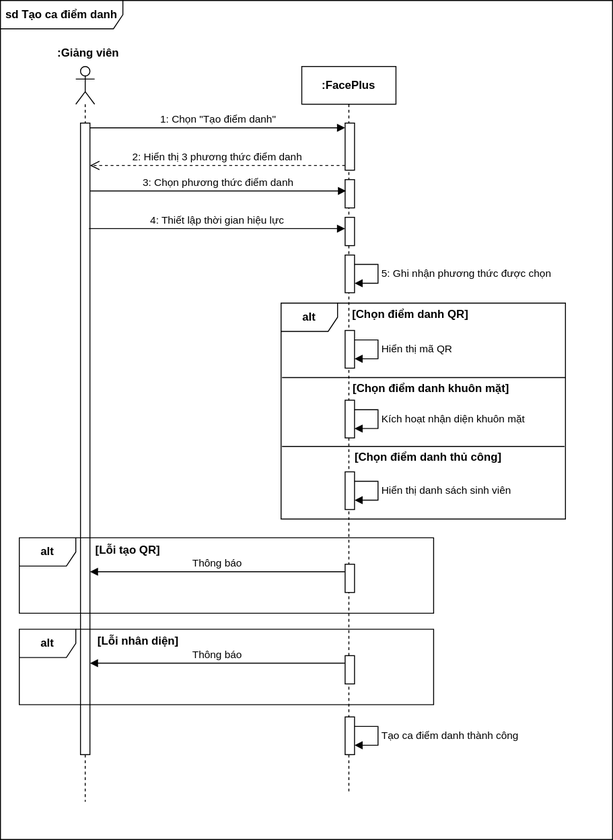
This is [W3] SequenceDiagram 5.drawio.svg from ntmly/ThuchanhphattrienhethongTTNT, a draw.io export, as it was before one commit. Source tidied: cells renumbered, new cells last; positions are measured from the earlier drawing's top-left corner, leaving out a move shared by most shapes.
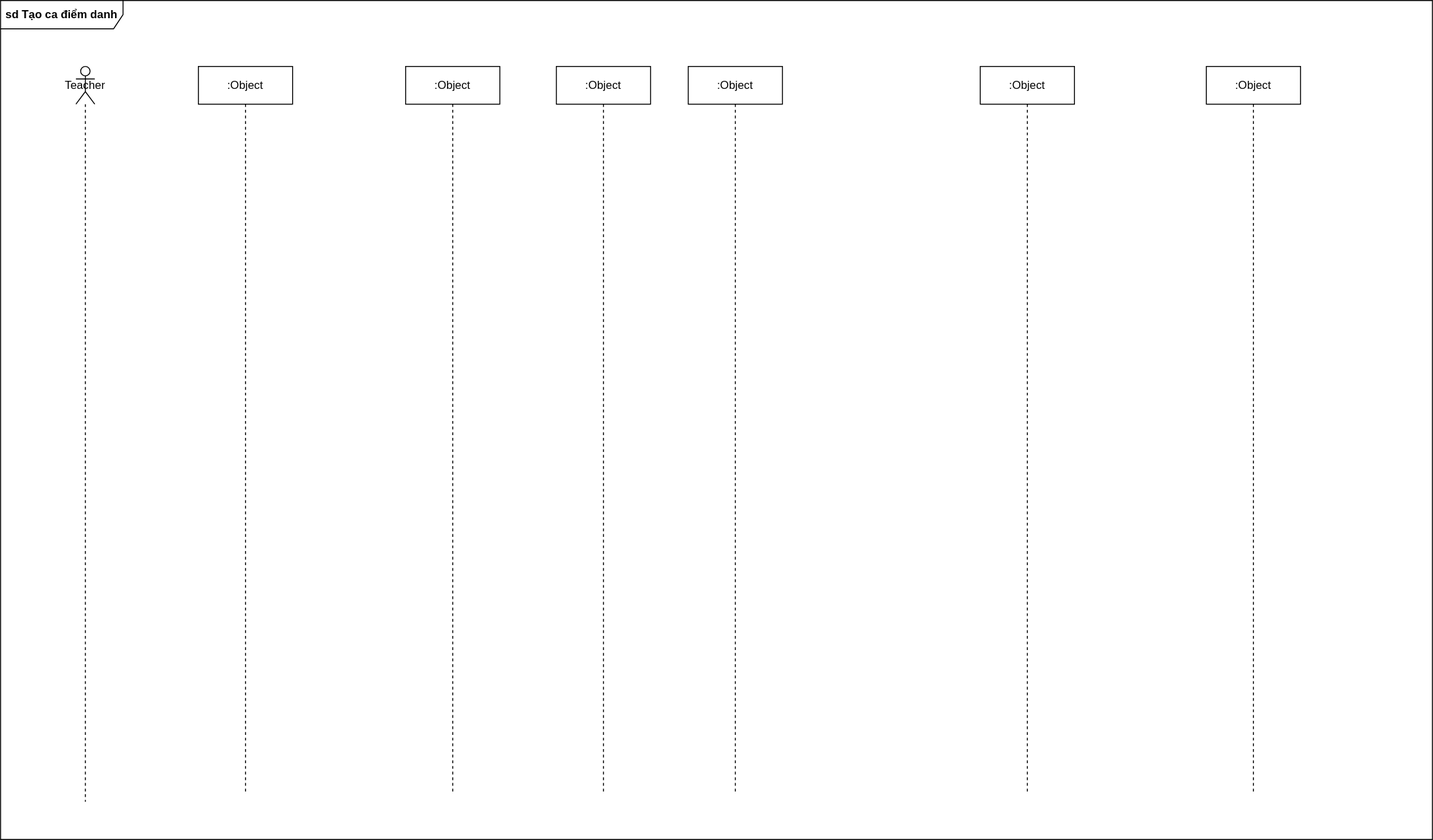
After the commit.

Commit message:
Cập nhật [W3] SequenceDiagram 5.drawio.svg

Change to the diagram source:
```diff
@@ -3,148 +3,28 @@
     <mxCell id="0" />
     <mxCell id="1" parent="0" />
     <mxCell id="2" value="&lt;b&gt;sd Tạo ca điểm danh&lt;/b&gt;" style="shape=umlFrame;whiteSpace=wrap;html=1;width=130;height=30;" parent="1" vertex="1">
-      <mxGeometry width="650" height="890" as="geometry" />
+      <mxGeometry width="1520" height="890" as="geometry" />
     </mxCell>
-    <mxCell id="3" style="shape=umlLifeline;perimeter=lifelinePerimeter;whiteSpace=wrap;html=1;newEdgeStyle={&quot;curved&quot;:0,&quot;rounded&quot;:0};participant=umlActor;" parent="1" vertex="1">
+    <mxCell id="3" value="Teacher" style="shape=umlLifeline;perimeter=lifelinePerimeter;whiteSpace=wrap;html=1;newEdgeStyle={&quot;curved&quot;:0,&quot;rounded&quot;:0};participant=umlActor;" parent="1" vertex="1">
       <mxGeometry x="80" y="70" width="20" height="780" as="geometry" />
     </mxCell>
-    <mxCell id="4" style="html=1;points=[[0,0,0,0,5],[0,1,0,0,-5],[1,0,0,0,5],[1,1,0,0,-5]];perimeter=orthogonalPerimeter;outlineConnect=0;targetShapes=umlLifeline;portConstraint=eastwest;newEdgeStyle={&quot;curved&quot;:0,&quot;rounded&quot;:0};" parent="3" vertex="1">
-      <mxGeometry x="5" y="60" width="10" height="670" as="geometry" />
-    </mxCell>
-    <mxCell id="5" value="&lt;b&gt;:Giảng viên&lt;/b&gt;" style="text;html=1;align=center;verticalAlign=middle;strokeColor=none;fillColor=none;" parent="1" vertex="1">
-      <mxGeometry x="48" y="41" width="90" height="30" as="geometry" />
-    </mxCell>
-    <mxCell id="6" value="&lt;b&gt;:FacePlus&lt;/b&gt;" style="shape=umlLifeline;perimeter=lifelinePerimeter;whiteSpace=wrap;html=1;newEdgeStyle={&quot;curved&quot;:0,&quot;rounded&quot;:0};" parent="1" vertex="1">
-      <mxGeometry x="320" y="70" width="100" height="770" as="geometry" />
-    </mxCell>
-    <mxCell id="7" style="html=1;points=[[0,0,0,0,5],[0,1,0,0,-5],[1,0,0,0,5],[1,1,0,0,-5]];perimeter=orthogonalPerimeter;outlineConnect=0;targetShapes=umlLifeline;portConstraint=eastwest;newEdgeStyle={&quot;curved&quot;:0,&quot;rounded&quot;:0};" parent="6" vertex="1">
-      <mxGeometry x="46" y="60" width="10" height="50" as="geometry" />
-    </mxCell>
-    <mxCell id="8" style="html=1;perimeter=orthogonalPerimeter;targetShapes=umlLifeline;newEdgeStyle={&quot;curved&quot;:0,&quot;rounded&quot;:0};" parent="6" vertex="1">
-      <mxGeometry x="46" y="120" width="10" height="30" as="geometry" />
-    </mxCell>
-    <mxCell id="9" style="html=1;perimeter=orthogonalPerimeter;targetShapes=umlLifeline;newEdgeStyle={&quot;curved&quot;:0,&quot;rounded&quot;:0};" parent="6" vertex="1">
-      <mxGeometry x="46" y="160" width="10" height="30" as="geometry" />
-    </mxCell>
-    <mxCell id="10" style="html=1;points=[[0,0,0,0,5],[0,1,0,0,-5],[1,0,0,0,5],[1,1,0,0,-5]];perimeter=orthogonalPerimeter;outlineConnect=0;targetShapes=umlLifeline;portConstraint=eastwest;newEdgeStyle={&quot;curved&quot;:0,&quot;rounded&quot;:0};" parent="6" vertex="1">
-      <mxGeometry x="46" y="200" width="10" height="40" as="geometry" />
-    </mxCell>
-    <mxCell id="11" value="5: Ghi nhận phương thức được chọn" style="html=1;align=left;spacingLeft=2;endArrow=block;rounded=0;edgeStyle=orthogonalEdgeStyle;curved=0;rounded=0;" parent="6" edge="1" source="10" target="10">
-      <mxGeometry relative="1" as="geometry">
-        <Array as="points">
-          <mxPoint x="81" y="210" />
-          <mxPoint x="81" y="230" />
-        </Array>
-      </mxGeometry>
-    </mxCell>
-    <mxCell id="12" style="html=1;points=[[0,0,0,0,5],[0,1,0,0,-5],[1,0,0,0,5],[1,1,0,0,-5]];perimeter=orthogonalPerimeter;outlineConnect=0;targetShapes=umlLifeline;portConstraint=eastwest;newEdgeStyle={&quot;curved&quot;:0,&quot;rounded&quot;:0};" parent="6" vertex="1">
-      <mxGeometry x="46" y="280" width="10" height="40" as="geometry" />
-    </mxCell>
-    <mxCell id="13" value="Hiển thị mã QR" style="html=1;align=left;spacingLeft=2;endArrow=block;rounded=0;edgeStyle=orthogonalEdgeStyle;curved=0;rounded=0;" parent="6" edge="1" source="12" target="12">
-      <mxGeometry relative="1" as="geometry">
-        <Array as="points">
-          <mxPoint x="81" y="290" />
-          <mxPoint x="81" y="310" />
-        </Array>
-      </mxGeometry>
-    </mxCell>
-    <mxCell id="14" style="html=1;points=[[0,0,0,0,5],[0,1,0,0,-5],[1,0,0,0,5],[1,1,0,0,-5]];perimeter=orthogonalPerimeter;outlineConnect=0;targetShapes=umlLifeline;portConstraint=eastwest;newEdgeStyle={&quot;curved&quot;:0,&quot;rounded&quot;:0};" parent="6" vertex="1">
-      <mxGeometry x="46" y="354" width="10" height="40" as="geometry" />
-    </mxCell>
-    <mxCell id="15" value="Kích hoạt nhận diện khuôn mặt" style="html=1;align=left;spacingLeft=2;endArrow=block;rounded=0;edgeStyle=orthogonalEdgeStyle;curved=0;rounded=0;" parent="6" edge="1" source="14" target="14">
-      <mxGeometry relative="1" as="geometry">
-        <Array as="points">
-          <mxPoint x="81" y="364" />
-          <mxPoint x="81" y="384" />
-        </Array>
-      </mxGeometry>
-    </mxCell>
-    <mxCell id="16" style="html=1;points=[[0,0,0,0,5],[0,1,0,0,-5],[1,0,0,0,5],[1,1,0,0,-5]];perimeter=orthogonalPerimeter;outlineConnect=0;targetShapes=umlLifeline;portConstraint=eastwest;newEdgeStyle={&quot;curved&quot;:0,&quot;rounded&quot;:0};" parent="6" vertex="1">
-      <mxGeometry x="46" y="430" width="10" height="40" as="geometry" />
-    </mxCell>
-    <mxCell id="17" value="Hiển thị danh sách sinh viên" style="html=1;align=left;spacingLeft=2;endArrow=block;rounded=0;edgeStyle=orthogonalEdgeStyle;curved=0;rounded=0;" parent="6" edge="1" source="16" target="16">
-      <mxGeometry relative="1" as="geometry">
-        <Array as="points">
-          <mxPoint x="81" y="440" />
-          <mxPoint x="81" y="460" />
-        </Array>
-      </mxGeometry>
-    </mxCell>
-    <mxCell id="18" style="html=1;perimeter=orthogonalPerimeter;targetShapes=umlLifeline;newEdgeStyle={&quot;curved&quot;:0,&quot;rounded&quot;:0};" parent="6" vertex="1">
-      <mxGeometry x="46" y="528" width="10" height="30" as="geometry" />
-    </mxCell>
-    <mxCell id="19" style="html=1;perimeter=orthogonalPerimeter;targetShapes=umlLifeline;newEdgeStyle={&quot;curved&quot;:0,&quot;rounded&quot;:0};" parent="6" vertex="1">
-      <mxGeometry x="46" y="625" width="10" height="30" as="geometry" />
-    </mxCell>
-    <mxCell id="20" style="html=1;points=[[0,0,0,0,5],[0,1,0,0,-5],[1,0,0,0,5],[1,1,0,0,-5]];perimeter=orthogonalPerimeter;outlineConnect=0;targetShapes=umlLifeline;portConstraint=eastwest;newEdgeStyle={&quot;curved&quot;:0,&quot;rounded&quot;:0};" parent="6" vertex="1">
-      <mxGeometry x="46" y="690" width="10" height="40" as="geometry" />
-    </mxCell>
-    <mxCell id="21" value="Tạo ca điểm danh thành công" style="html=1;align=left;spacingLeft=2;endArrow=block;rounded=0;edgeStyle=orthogonalEdgeStyle;curved=0;rounded=0;" parent="6" edge="1" source="20" target="20">
-      <mxGeometry relative="1" as="geometry">
-        <Array as="points">
-          <mxPoint x="81" y="700" />
-          <mxPoint x="81" y="720" />
-        </Array>
-      </mxGeometry>
-    </mxCell>
-    <mxCell id="22" value="1: Chọn &quot;Tạo điểm danh&quot;" style="html=1;verticalAlign=bottom;endArrow=block;curved=0;rounded=0;entryX=0;entryY=0;entryDx=0;entryDy=5;" parent="1" edge="1" source="4" target="7">
-      <mxGeometry relative="1" as="geometry" />
-    </mxCell>
-    <mxCell id="23" value="2: Hiển thị 3 phương thức điểm danh" style="html=1;verticalAlign=bottom;endArrow=open;dashed=1;endSize=8;curved=0;rounded=0;exitX=0;exitY=1;exitDx=0;exitDy=-5;" parent="1" edge="1" source="7" target="4">
-      <mxGeometry relative="1" as="geometry" />
-    </mxCell>
-    <mxCell id="24" value="3: Chọn phương thức điểm danh" style="html=1;verticalAlign=bottom;endArrow=block;curved=0;rounded=0;" parent="1" edge="1" source="4">
-      <mxGeometry relative="1" as="geometry">
-        <mxPoint x="367" y="202" as="targetPoint" />
-      </mxGeometry>
-    </mxCell>
-    <mxCell id="25" value="4: Thiết lập thời gian hiệu lực" style="html=1;verticalAlign=bottom;endArrow=block;curved=0;rounded=0;" parent="1" edge="1">
-      <mxGeometry relative="1" as="geometry">
-        <mxPoint x="94" y="242" as="sourcePoint" />
-        <mxPoint x="366" y="242" as="targetPoint" />
-      </mxGeometry>
-    </mxCell>
-    <mxCell id="26" value="&lt;b&gt;alt&lt;/b&gt;" style="shape=umlFrame;whiteSpace=wrap;html=1;" parent="1" vertex="1">
-      <mxGeometry x="298" y="321" width="302" height="229" as="geometry" />
-    </mxCell>
-    <mxCell id="27" value="&lt;b&gt;[Chọn điểm danh QR]&lt;/b&gt;" style="text;html=1;align=center;verticalAlign=middle;strokeColor=none;fillColor=none;" parent="1" vertex="1">
-      <mxGeometry x="360" y="318" width="150" height="30" as="geometry" />
-    </mxCell>
-    <mxCell id="28" style="line;strokeWidth=1;fillColor=none;align=left;verticalAlign=middle;spacingTop=-1;spacingLeft=3;spacingRight=3;labelPosition=right;strokeColor=inherit;" parent="1" vertex="1">
-      <mxGeometry x="299" y="396" width="301" height="8" as="geometry" />
-    </mxCell>
-    <mxCell id="29" value="&lt;b&gt;[Chọn điểm danh khuôn mặt]&lt;/b&gt;" style="text;html=1;align=center;verticalAlign=middle;strokeColor=none;fillColor=none;" parent="1" vertex="1">
-      <mxGeometry x="362" y="397" width="190" height="30" as="geometry" />
-    </mxCell>
-    <mxCell id="30" style="line;strokeWidth=1;fillColor=none;align=left;verticalAlign=middle;spacingTop=-1;spacingLeft=3;spacingRight=3;labelPosition=right;strokeColor=inherit;" parent="1" vertex="1">
-      <mxGeometry x="299" y="469" width="300" height="8" as="geometry" />
-    </mxCell>
-    <mxCell id="31" value="&lt;b&gt;[Chọn điểm danh thủ công]&lt;/b&gt;" style="text;html=1;align=center;verticalAlign=middle;strokeColor=none;fillColor=none;" parent="1" vertex="1">
-      <mxGeometry x="364" y="470" width="180" height="30" as="geometry" />
-    </mxCell>
-    <mxCell id="32" value="&lt;b&gt;alt&lt;/b&gt;" style="shape=umlFrame;whiteSpace=wrap;html=1;" parent="1" vertex="1">
-      <mxGeometry x="20" y="570" width="440" height="80" as="geometry" />
-    </mxCell>
-    <mxCell id="33" value="&lt;b&gt;[Lỗi tạo QR]&lt;/b&gt;" style="text;html=1;align=center;verticalAlign=middle;strokeColor=none;fillColor=none;" parent="1" vertex="1">
-      <mxGeometry x="90" y="568" width="90" height="30" as="geometry" />
-    </mxCell>
-    <mxCell id="34" value="Thông báo" style="html=1;verticalAlign=bottom;endArrow=block;curved=0;rounded=0;exitX=0;exitY=0;exitDx=0;exitDy=5;exitPerimeter=0;" parent="1" edge="1">
-      <mxGeometry relative="1" as="geometry">
-        <mxPoint x="366" y="606" as="sourcePoint" />
-        <mxPoint x="95" y="606" as="targetPoint" />
-      </mxGeometry>
-    </mxCell>
-    <mxCell id="35" value="&lt;b&gt;alt&lt;/b&gt;" style="shape=umlFrame;whiteSpace=wrap;html=1;" parent="1" vertex="1">
-      <mxGeometry x="20" y="667" width="440" height="80" as="geometry" />
-    </mxCell>
-    <mxCell id="36" value="&lt;b&gt;[Lỗi nhân diện]&lt;/b&gt;" style="text;html=1;align=center;verticalAlign=middle;strokeColor=none;fillColor=none;" parent="1" vertex="1">
-      <mxGeometry x="91" y="665" width="110" height="30" as="geometry" />
-    </mxCell>
-    <mxCell id="37" value="Thông báo" style="html=1;verticalAlign=bottom;endArrow=block;curved=0;rounded=0;exitX=0;exitY=0;exitDx=0;exitDy=5;exitPerimeter=0;" parent="1" edge="1">
-      <mxGeometry relative="1" as="geometry">
-        <mxPoint x="366" y="703" as="sourcePoint" />
-        <mxPoint x="95" y="703" as="targetPoint" />
-      </mxGeometry>
-    </mxCell>
+    <mxCell id="38" value=":Object" style="shape=umlLifeline;perimeter=lifelinePerimeter;whiteSpace=wrap;html=1;newEdgeStyle={&quot;curved&quot;:0,&quot;rounded&quot;:0};" parent="1" vertex="1">
+      <mxGeometry x="210" y="70" width="100" height="770" as="geometry" />
+    </mxCell>
+    <mxCell id="39" value=":Object" style="shape=umlLifeline;perimeter=lifelinePerimeter;whiteSpace=wrap;html=1;newEdgeStyle={&quot;curved&quot;:0,&quot;rounded&quot;:0};" parent="1" vertex="1">
+      <mxGeometry x="430" y="70" width="100" height="770" as="geometry" />
+    </mxCell>
+    <mxCell id="40" value=":Object" style="shape=umlLifeline;perimeter=lifelinePerimeter;whiteSpace=wrap;html=1;newEdgeStyle={&quot;curved&quot;:0,&quot;rounded&quot;:0};" parent="1" vertex="1">
+      <mxGeometry x="590" y="70" width="100" height="770" as="geometry" />
+    </mxCell>
+    <mxCell id="41" value=":Object" style="shape=umlLifeline;perimeter=lifelinePerimeter;whiteSpace=wrap;html=1;newEdgeStyle={&quot;curved&quot;:0,&quot;rounded&quot;:0};" parent="1" vertex="1">
+      <mxGeometry x="730" y="70" width="100" height="770" as="geometry" />
+    </mxCell>
+    <mxCell id="42" value=":Object" style="shape=umlLifeline;perimeter=lifelinePerimeter;whiteSpace=wrap;html=1;newEdgeStyle={&quot;curved&quot;:0,&quot;rounded&quot;:0};" parent="1" vertex="1">
+      <mxGeometry x="1040" y="70" width="100" height="770" as="geometry" />
+    </mxCell>
+    <mxCell id="43" value=":Object" style="shape=umlLifeline;perimeter=lifelinePerimeter;whiteSpace=wrap;html=1;newEdgeStyle={&quot;curved&quot;:0,&quot;rounded&quot;:0};" parent="1" vertex="1">
+      <mxGeometry x="1280" y="70" width="100" height="770" as="geometry" />
+    </mxCell>
   </root>
 </mxGraphModel>
```
